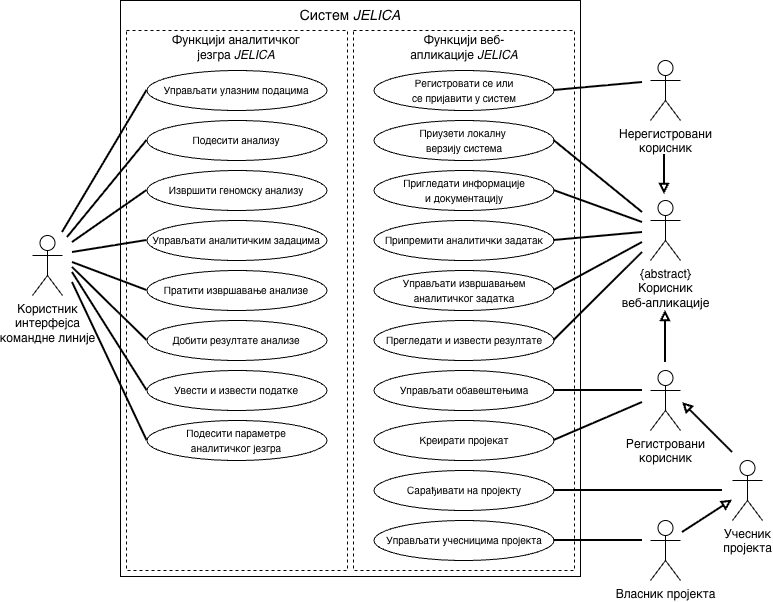
This is figures/system-design-diagrams/export/use-cases-diagram.png from RogovGreg/master-thesis, a draw.io export, as it was before one commit. Source tidied: cells renumbered, new cells last; positions are measured from the earlier drawing's top-left corner, leaving out a move shared by most shapes.
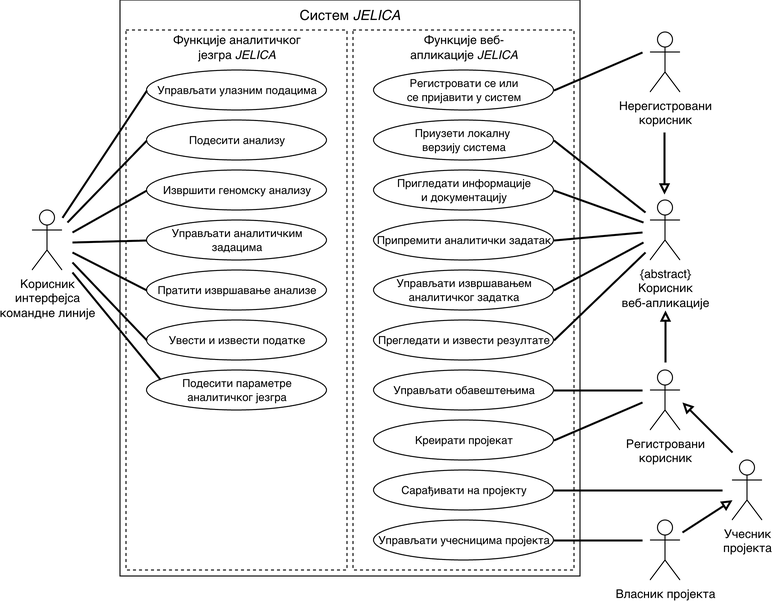
The same file after the commit.

Diff of the diagram source:
```diff
@@ -5,11 +5,11 @@
     <mxCell id="2" style="rounded=0;whiteSpace=wrap;html=1;" parent="1" vertex="1">
       <mxGeometry x="88" width="460" height="576" as="geometry" />
     </mxCell>
-    <mxCell id="3" value="Користник&lt;div&gt;интерфејса&lt;/div&gt;&lt;div&gt;командне линије&lt;/div&gt;" style="shape=umlActor;verticalLabelPosition=bottom;verticalAlign=top;html=1;outlineConnect=0;" parent="1" vertex="1">
-      <mxGeometry y="235" width="30" height="60" as="geometry" />
+    <mxCell id="3" value="Корисник&lt;div&gt;интерфејса&lt;/div&gt;&lt;div&gt;командне линије&lt;/div&gt;" style="shape=umlActor;verticalLabelPosition=bottom;verticalAlign=top;html=1;outlineConnect=0;" parent="1" vertex="1">
+      <mxGeometry y="210" width="30" height="60" as="geometry" />
     </mxCell>
     <mxCell id="4" value="Нерегистровани&lt;div&gt;корисник&lt;/div&gt;" style="shape=umlActor;verticalLabelPosition=bottom;verticalAlign=top;html=1;" parent="1" vertex="1">
-      <mxGeometry x="618" y="60" width="30" height="60" as="geometry" />
+      <mxGeometry x="618" y="32" width="30" height="60" as="geometry" />
     </mxCell>
     <mxCell id="5" value="Регистровани&lt;div&gt;корисник&lt;/div&gt;" style="shape=umlActor;verticalLabelPosition=bottom;verticalAlign=top;html=1;" parent="1" vertex="1">
       <mxGeometry x="618" y="370" width="30" height="60" as="geometry" />
@@ -29,122 +29,112 @@
     <mxCell id="10" style="rounded=0;whiteSpace=wrap;html=1;dashed=1;" parent="1" vertex="1">
       <mxGeometry x="321" y="30" width="221" height="540" as="geometry" />
     </mxCell>
-    <mxCell id="11" value="&lt;font style=&quot;font-size: 10px;&quot;&gt;Регистровати се или&lt;/font&gt;&lt;div&gt;&lt;font style=&quot;font-size: 10px;&quot;&gt;се пријавити у систем&lt;/font&gt;&lt;/div&gt;" style="ellipse;whiteSpace=wrap;html=1;" parent="1" vertex="1">
+    <mxCell id="11" value="&lt;font&gt;Регистровати се или&lt;/font&gt;&lt;div&gt;&lt;font&gt;се пријавити у систем&lt;/font&gt;&lt;/div&gt;" style="ellipse;whiteSpace=wrap;html=1;fontSize=11;" parent="1" vertex="1">
       <mxGeometry x="341.5" y="70" width="180" height="40" as="geometry" />
     </mxCell>
-    <mxCell id="12" value="&lt;font style=&quot;font-size: 10px;&quot;&gt;Приузети локалну&amp;nbsp;&lt;/font&gt;&lt;div&gt;&lt;font style=&quot;font-size: 10px;&quot;&gt;верзију система&lt;/font&gt;&lt;/div&gt;" style="ellipse;whiteSpace=wrap;html=1;" parent="1" vertex="1">
+    <mxCell id="12" value="&lt;font&gt;Приузети локалну&amp;nbsp;&lt;/font&gt;&lt;div&gt;&lt;font&gt;верзију система&lt;/font&gt;&lt;/div&gt;" style="ellipse;whiteSpace=wrap;html=1;fontSize=11;" parent="1" vertex="1">
       <mxGeometry x="341.5" y="120" width="180" height="40" as="geometry" />
     </mxCell>
     <mxCell id="13" value="Систем &lt;i&gt;JELICA&lt;/i&gt;" style="text;html=1;whiteSpace=wrap;strokeColor=none;fillColor=none;align=center;verticalAlign=middle;rounded=0;fontSize=14;" parent="1" vertex="1">
       <mxGeometry x="263" width="110" height="30" as="geometry" />
     </mxCell>
-    <mxCell id="14" value="Функцији аналитичког језгра &lt;i&gt;JELICA&lt;/i&gt;" style="text;html=1;whiteSpace=wrap;strokeColor=none;fillColor=none;align=center;verticalAlign=middle;rounded=0;" parent="1" vertex="1">
+    <mxCell id="14" value="Функције аналитичког језгра &lt;i&gt;JELICA&lt;/i&gt;" style="text;html=1;whiteSpace=wrap;strokeColor=none;fillColor=none;align=center;verticalAlign=middle;rounded=0;" parent="1" vertex="1">
       <mxGeometry x="134.5" y="32" width="140" height="30" as="geometry" />
     </mxCell>
-    <mxCell id="15" value="Функцији веб-апликације &lt;i&gt;JELICA&lt;/i&gt;" style="text;html=1;whiteSpace=wrap;strokeColor=none;fillColor=none;align=center;verticalAlign=middle;rounded=0;" parent="1" vertex="1">
+    <mxCell id="15" value="Функције веб-апликације &lt;i&gt;JELICA&lt;/i&gt;" style="text;html=1;whiteSpace=wrap;strokeColor=none;fillColor=none;align=center;verticalAlign=middle;rounded=0;" parent="1" vertex="1">
       <mxGeometry x="361.5" y="32" width="140" height="30" as="geometry" />
     </mxCell>
-    <mxCell id="16" value="&lt;font style=&quot;font-size: 10px;&quot;&gt;Пригледати информације&lt;/font&gt;&lt;div&gt;&lt;font style=&quot;font-size: 10px;&quot;&gt;и документацију&lt;/font&gt;&lt;/div&gt;" style="ellipse;whiteSpace=wrap;html=1;" parent="1" vertex="1">
+    <mxCell id="16" value="&lt;font&gt;Пригледати информације&lt;/font&gt;&lt;div&gt;&lt;font&gt;и документацију&lt;/font&gt;&lt;/div&gt;" style="ellipse;whiteSpace=wrap;html=1;fontSize=11;" parent="1" vertex="1">
       <mxGeometry x="341.5" y="170" width="180" height="40" as="geometry" />
     </mxCell>
-    <mxCell id="17" value="&lt;font style=&quot;font-size: 10px;&quot;&gt;Припремити аналитички задатак&lt;/font&gt;" style="ellipse;whiteSpace=wrap;html=1;" parent="1" vertex="1">
+    <mxCell id="17" value="&lt;font&gt;Припремити аналитички задатак&lt;/font&gt;" style="ellipse;whiteSpace=wrap;html=1;fontSize=11;" parent="1" vertex="1">
       <mxGeometry x="341.5" y="220" width="180" height="40" as="geometry" />
     </mxCell>
-    <mxCell id="18" value="&lt;font style=&quot;font-size: 10px;&quot;&gt;Управљати извршавањем&lt;/font&gt;&lt;div&gt;&lt;font style=&quot;font-size: 10px;&quot;&gt;аналитичког задатка&lt;/font&gt;&lt;/div&gt;" style="ellipse;whiteSpace=wrap;html=1;" parent="1" vertex="1">
+    <mxCell id="18" value="&lt;font&gt;Управљати извршавањем&lt;/font&gt;&lt;div&gt;&lt;font&gt;аналитичког задатка&lt;/font&gt;&lt;/div&gt;" style="ellipse;whiteSpace=wrap;html=1;fontSize=11;" parent="1" vertex="1">
       <mxGeometry x="341.5" y="270" width="180" height="40" as="geometry" />
     </mxCell>
-    <mxCell id="19" value="&lt;font style=&quot;font-size: 10px;&quot;&gt;Прегледати и извести резултате&lt;/font&gt;" style="ellipse;whiteSpace=wrap;html=1;" parent="1" vertex="1">
+    <mxCell id="19" value="&lt;font&gt;Прегледати и извести резултате&lt;/font&gt;" style="ellipse;whiteSpace=wrap;html=1;fontSize=11;" parent="1" vertex="1">
       <mxGeometry x="341.5" y="320" width="180" height="40" as="geometry" />
     </mxCell>
-    <mxCell id="20" value="&lt;font style=&quot;font-size: 10px;&quot;&gt;Управљати обавештењима&lt;/font&gt;" style="ellipse;whiteSpace=wrap;html=1;" parent="1" vertex="1">
+    <mxCell id="20" value="&lt;font&gt;Управљати обавештењима&lt;/font&gt;" style="ellipse;whiteSpace=wrap;html=1;fontSize=11;" parent="1" vertex="1">
       <mxGeometry x="341.5" y="370" width="180" height="40" as="geometry" />
     </mxCell>
-    <mxCell id="21" value="&lt;font style=&quot;font-size: 10px;&quot;&gt;Креирати пројекат&lt;/font&gt;" style="ellipse;whiteSpace=wrap;html=1;" parent="1" vertex="1">
+    <mxCell id="21" value="&lt;font&gt;Креирати пројекат&lt;/font&gt;" style="ellipse;whiteSpace=wrap;html=1;fontSize=11;" parent="1" vertex="1">
       <mxGeometry x="341.5" y="420" width="180" height="40" as="geometry" />
     </mxCell>
-    <mxCell id="22" value="&lt;font style=&quot;font-size: 10px;&quot;&gt;Сарађивати на пројекту&lt;/font&gt;" style="ellipse;whiteSpace=wrap;html=1;" parent="1" vertex="1">
+    <mxCell id="22" value="&lt;font&gt;Сарађивати на пројекту&lt;/font&gt;" style="ellipse;whiteSpace=wrap;html=1;fontSize=11;" parent="1" vertex="1">
       <mxGeometry x="341.5" y="470" width="180" height="40" as="geometry" />
     </mxCell>
-    <mxCell id="23" value="&lt;font style=&quot;font-size: 10px;&quot;&gt;Управљати учесницима пројекта&lt;/font&gt;" style="ellipse;whiteSpace=wrap;html=1;" parent="1" vertex="1">
+    <mxCell id="23" value="&lt;font&gt;Управљати учесницима пројекта&lt;/font&gt;" style="ellipse;whiteSpace=wrap;html=1;fontSize=11;" parent="1" vertex="1">
       <mxGeometry x="341.5" y="520" width="180" height="40" as="geometry" />
     </mxCell>
-    <mxCell id="24" value="&lt;font style=&quot;font-size: 10px;&quot;&gt;Управљати улазним подацима&lt;/font&gt;" style="ellipse;whiteSpace=wrap;html=1;" parent="1" vertex="1">
+    <mxCell id="24" value="&lt;font&gt;Управљати улазним подацима&lt;/font&gt;" style="ellipse;whiteSpace=wrap;html=1;fontSize=11;" parent="1" vertex="1">
       <mxGeometry x="114.5" y="70" width="180" height="40" as="geometry" />
     </mxCell>
-    <mxCell id="25" value="&lt;font style=&quot;font-size: 10px;&quot;&gt;Подесити анализу&lt;/font&gt;" style="ellipse;whiteSpace=wrap;html=1;" parent="1" vertex="1">
+    <mxCell id="25" value="&lt;font&gt;Подесити анализу&lt;/font&gt;" style="ellipse;whiteSpace=wrap;html=1;fontSize=11;" parent="1" vertex="1">
       <mxGeometry x="114.5" y="120" width="180" height="40" as="geometry" />
     </mxCell>
-    <mxCell id="26" value="&lt;font style=&quot;font-size: 10px;&quot;&gt;Извршити геномску анализу&lt;/font&gt;" style="ellipse;whiteSpace=wrap;html=1;" parent="1" vertex="1">
+    <mxCell id="26" value="&lt;font&gt;Извршити геномску анализу&lt;/font&gt;" style="ellipse;whiteSpace=wrap;html=1;fontSize=11;" parent="1" vertex="1">
       <mxGeometry x="114.5" y="170" width="180" height="40" as="geometry" />
     </mxCell>
-    <mxCell id="27" value="&lt;font style=&quot;font-size: 10px;&quot;&gt;Управљати аналитичким задацима&lt;/font&gt;" style="ellipse;whiteSpace=wrap;html=1;" parent="1" vertex="1">
+    <mxCell id="27" value="&lt;font&gt;Управљати аналитичким задацима&lt;/font&gt;" style="ellipse;whiteSpace=wrap;html=1;fontSize=11;" parent="1" vertex="1">
       <mxGeometry x="114.5" y="220" width="180" height="40" as="geometry" />
     </mxCell>
-    <mxCell id="28" value="&lt;font style=&quot;font-size: 10px;&quot;&gt;Пратити извршавање анализе&lt;/font&gt;" style="ellipse;whiteSpace=wrap;html=1;" parent="1" vertex="1">
+    <mxCell id="28" value="&lt;font&gt;Пратити извршавање анализе&lt;/font&gt;" style="ellipse;whiteSpace=wrap;html=1;fontSize=11;" parent="1" vertex="1">
       <mxGeometry x="114.5" y="270" width="180" height="40" as="geometry" />
     </mxCell>
-    <mxCell id="29" value="&lt;font style=&quot;font-size: 10px;&quot;&gt;Добити резултате анализе&lt;/font&gt;" style="ellipse;whiteSpace=wrap;html=1;" parent="1" vertex="1">
-      <mxGeometry x="114.5" y="320" width="180" height="40" as="geometry" />
-    </mxCell>
-    <mxCell id="30" value="&lt;font style=&quot;font-size: 10px;&quot;&gt;Увести и извести податке&lt;/font&gt;" style="ellipse;whiteSpace=wrap;html=1;" parent="1" vertex="1">
-      <mxGeometry x="114.5" y="370" width="180" height="40" as="geometry" />
+    <mxCell id="30" value="&lt;font&gt;Увести и извести податке&lt;/font&gt;" style="ellipse;whiteSpace=wrap;html=1;fontSize=11;" parent="1" vertex="1">
+      <mxGeometry x="114.5" y="320" width="180" height="40" as="geometry" />
     </mxCell>
-    <mxCell id="31" value="&lt;font style=&quot;font-size: 10px;&quot;&gt;Подесити параметре&lt;/font&gt;&lt;div&gt;&lt;font style=&quot;font-size: 10px;&quot;&gt;аналитичког језгра&lt;/font&gt;&lt;/div&gt;" style="ellipse;whiteSpace=wrap;html=1;" parent="1" vertex="1">
-      <mxGeometry x="114.5" y="420" width="180" height="40" as="geometry" />
+    <mxCell id="31" value="&lt;font&gt;Подесити параметре&lt;/font&gt;&lt;div&gt;&lt;font&gt;аналитичког језгра&lt;/font&gt;&lt;/div&gt;" style="ellipse;whiteSpace=wrap;html=1;fontSize=11;" parent="1" vertex="1">
+      <mxGeometry x="114.5" y="370" width="180" height="40" as="geometry" />
     </mxCell>
-    <mxCell id="32" style="endArrow=none;html=1;rounded=0;strokeWidth=2;entryX=0;entryY=0.5;entryDx=0;entryDy=0;" parent="1" edge="1" target="24">
-      <mxGeometry relative="1" as="geometry">
-        <mxPoint x="30" y="232" as="sourcePoint" />
-      </mxGeometry>
+    <mxCell id="32" style="endArrow=none;html=1;rounded=0;strokeWidth=2;entryX=0;entryY=0.5;entryDx=0;entryDy=0;" parent="1" edge="1" source="3" target="24">
+      <mxGeometry relative="1" as="geometry" />
     </mxCell>
     <mxCell id="33" style="endArrow=none;html=1;rounded=0;entryX=0;entryY=0.5;entryDx=0;entryDy=0;strokeWidth=2;" parent="1" edge="1" target="25">
       <mxGeometry relative="1" as="geometry">
-        <mxPoint x="35" y="237" as="sourcePoint" />
+        <mxPoint x="35" y="222" as="sourcePoint" />
       </mxGeometry>
     </mxCell>
     <mxCell id="34" style="endArrow=none;html=1;rounded=0;entryX=0;entryY=0.5;entryDx=0;entryDy=0;strokeWidth=2;" parent="1" edge="1" target="26">
       <mxGeometry relative="1" as="geometry">
-        <mxPoint x="40" y="242" as="sourcePoint" />
+        <mxPoint x="40" y="232" as="sourcePoint" />
       </mxGeometry>
     </mxCell>
     <mxCell id="35" style="endArrow=none;html=1;rounded=0;entryX=0;entryY=0.5;entryDx=0;entryDy=0;strokeWidth=2;" parent="1" edge="1" target="27">
       <mxGeometry relative="1" as="geometry">
-        <mxPoint x="40" y="252" as="sourcePoint" />
+        <mxPoint x="40" y="242" as="sourcePoint" />
       </mxGeometry>
     </mxCell>
     <mxCell id="36" style="endArrow=none;html=1;rounded=0;entryX=0;entryY=0.5;entryDx=0;entryDy=0;strokeWidth=2;" parent="1" edge="1" target="28">
       <mxGeometry relative="1" as="geometry">
-        <mxPoint x="40" y="262" as="sourcePoint" />
+        <mxPoint x="40" y="252" as="sourcePoint" />
       </mxGeometry>
     </mxCell>
-    <mxCell id="37" style="endArrow=none;html=1;rounded=0;entryX=0;entryY=0.5;entryDx=0;entryDy=0;strokeWidth=2;" parent="1" edge="1" target="31">
+    <mxCell id="37" style="endArrow=none;html=1;rounded=0;entryX=0.076;entryY=0.233;entryDx=0;entryDy=0;strokeWidth=2;entryPerimeter=0;" parent="1" edge="1" target="31">
       <mxGeometry relative="1" as="geometry">
-        <mxPoint x="40" y="282" as="sourcePoint" />
+        <mxPoint x="40" y="272" as="sourcePoint" />
       </mxGeometry>
     </mxCell>
     <mxCell id="38" style="endArrow=none;html=1;rounded=0;entryX=0;entryY=0.5;entryDx=0;entryDy=0;strokeWidth=2;" parent="1" edge="1" target="30">
       <mxGeometry relative="1" as="geometry">
-        <mxPoint x="40" y="272" as="sourcePoint" />
+        <mxPoint x="40" y="262" as="sourcePoint" />
       </mxGeometry>
     </mxCell>
-    <mxCell id="39" style="endArrow=none;html=1;rounded=0;entryX=0;entryY=0.5;entryDx=0;entryDy=0;strokeWidth=2;" parent="1" edge="1" target="29">
-      <mxGeometry relative="1" as="geometry">
-        <mxPoint x="40" y="267" as="sourcePoint" />
-      </mxGeometry>
-    </mxCell>
     <mxCell id="40" style="endArrow=none;html=1;rounded=0;exitX=1;exitY=0.5;exitDx=0;exitDy=0;strokeWidth=2;" parent="1" edge="1" source="11">
       <mxGeometry relative="1" as="geometry">
-        <mxPoint x="610" y="82" as="targetPoint" />
+        <mxPoint x="610" y="52" as="targetPoint" />
       </mxGeometry>
     </mxCell>
     <mxCell id="41" style="endArrow=none;html=1;rounded=0;entryX=1;entryY=0.5;entryDx=0;entryDy=0;strokeWidth=2;" parent="1" edge="1" target="12">
       <mxGeometry relative="1" as="geometry">
-        <mxPoint x="610" y="212" as="sourcePoint" />
+        <mxPoint x="613" y="212" as="sourcePoint" />
       </mxGeometry>
     </mxCell>
     <mxCell id="42" style="endArrow=none;html=1;rounded=0;entryX=1;entryY=0.5;entryDx=0;entryDy=0;strokeWidth=2;" parent="1" edge="1" target="16">
       <mxGeometry relative="1" as="geometry">
-        <mxPoint x="610" y="222" as="sourcePoint" />
+        <mxPoint x="611" y="222" as="sourcePoint" />
       </mxGeometry>
     </mxCell>
     <mxCell id="43" style="endArrow=none;html=1;rounded=0;entryX=1;entryY=0.5;entryDx=0;entryDy=0;strokeWidth=2;" parent="1" edge="1" target="17">
@@ -154,12 +144,12 @@
     </mxCell>
     <mxCell id="44" style="endArrow=none;html=1;rounded=0;entryX=1;entryY=0.5;entryDx=0;entryDy=0;strokeWidth=2;" parent="1" edge="1" target="18">
       <mxGeometry relative="1" as="geometry">
-        <mxPoint x="610" y="242" as="sourcePoint" />
+        <mxPoint x="611" y="242" as="sourcePoint" />
       </mxGeometry>
     </mxCell>
     <mxCell id="45" style="endArrow=none;html=1;rounded=0;entryX=1;entryY=0.5;entryDx=0;entryDy=0;strokeWidth=2;" parent="1" edge="1" target="19">
       <mxGeometry relative="1" as="geometry">
-        <mxPoint x="610" y="252" as="sourcePoint" />
+        <mxPoint x="613" y="252" as="sourcePoint" />
       </mxGeometry>
     </mxCell>
     <mxCell id="46" style="endArrow=none;html=1;rounded=0;entryX=1;entryY=0.5;entryDx=0;entryDy=0;strokeWidth=2;" parent="1" edge="1" target="20">
@@ -202,7 +192,7 @@
     <mxCell id="53" style="endArrow=none;html=1;rounded=0;endFill=0;startArrow=block;startFill=0;strokeWidth=2;" parent="1" edge="1">
       <mxGeometry relative="1" as="geometry">
         <mxPoint x="632" y="194" as="sourcePoint" />
-        <mxPoint x="632" y="154" as="targetPoint" />
+        <mxPoint x="632" y="132" as="targetPoint" />
       </mxGeometry>
     </mxCell>
   </root>
```
